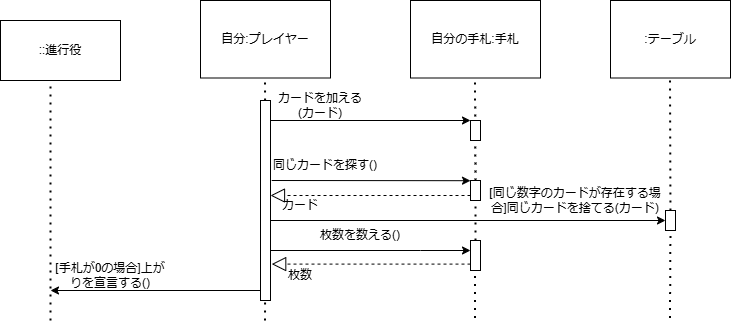
The draw.io diagram work6-6.drawio.png in kenboasakura/why_java, before a commit. Source tidied: cells renumbered, new cells last; positions are measured from the earlier drawing's top-left corner, leaving out a move shared by most shapes.
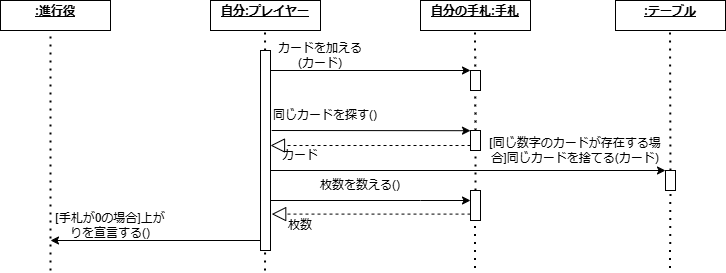
The same diagram one commit later.

The edit, as a diff of the source:
```diff
@@ -2,20 +2,11 @@
   <root>
     <mxCell id="0" />
     <mxCell id="1" parent="0" />
-    <mxCell id="2" value="自分:プレイヤー" style="rounded=0;whiteSpace=wrap;html=1;" parent="1" vertex="1">
-      <mxGeometry x="200" width="130" height="77.5" as="geometry" />
-    </mxCell>
-    <mxCell id="3" value="::&lt;span style=&quot;background-color: initial;&quot;&gt;進行役&lt;/span&gt;" style="rounded=0;whiteSpace=wrap;html=1;" parent="1" vertex="1">
-      <mxGeometry y="20" width="120" height="60" as="geometry" />
-    </mxCell>
-    <mxCell id="4" value="自分の手札:手札" style="rounded=0;whiteSpace=wrap;html=1;" parent="1" vertex="1">
-      <mxGeometry x="410" width="130" height="77.5" as="geometry" />
-    </mxCell>
-    <mxCell id="5" value=":テーブル" style="rounded=0;whiteSpace=wrap;html=1;" parent="1" vertex="1">
-      <mxGeometry x="610" width="120" height="77.5" as="geometry" />
-    </mxCell>
-    <mxCell id="6" style="edgeStyle=orthogonalEdgeStyle;rounded=0;orthogonalLoop=1;jettySize=auto;html=1;exitX=0.5;exitY=1;exitDx=0;exitDy=0;" parent="1" edge="1" source="4" target="4">
-      <mxGeometry relative="1" as="geometry" />
+    <mxCell id="6" style="edgeStyle=orthogonalEdgeStyle;rounded=0;orthogonalLoop=1;jettySize=auto;html=1;exitX=0.5;exitY=1;exitDx=0;exitDy=0;" parent="1" edge="1">
+      <mxGeometry relative="1" as="geometry">
+        <mxPoint x="475" y="77.5" as="sourcePoint" />
+        <mxPoint x="475" y="77.5" as="targetPoint" />
+      </mxGeometry>
     </mxCell>
     <mxCell id="7" style="endArrow=none;dashed=1;html=1;dashPattern=1 3;strokeWidth=2;rounded=0;" parent="1" edge="1">
       <mxGeometry relative="1" as="geometry">
@@ -133,7 +124,19 @@
       </mxGeometry>
     </mxCell>
     <mxCell id="33" style="rounded=0;whiteSpace=wrap;html=1;" parent="1" vertex="1">
-      <mxGeometry x="665" y="210" width="10" height="20" as="geometry" />
+      <mxGeometry x="665" y="220" width="10" height="20" as="geometry" />
     </mxCell>
+    <mxCell id="34" value="&lt;p style=&quot;margin:0px;margin-top:4px;text-align:center;text-decoration:underline;&quot;&gt;&lt;b&gt;:進行役&lt;/b&gt;&lt;/p&gt;" style="verticalAlign=top;align=left;overflow=fill;html=1;whiteSpace=wrap;" parent="1" vertex="1">
+      <mxGeometry y="50" width="110" height="30" as="geometry" />
+    </mxCell>
+    <mxCell id="35" value="&lt;p style=&quot;margin:0px;margin-top:4px;text-align:center;text-decoration:underline;&quot;&gt;&lt;b&gt;自分:プレイヤー&lt;/b&gt;&lt;span style=&quot;color: rgba(0, 0, 0, 0); font-family: monospace; font-size: 0px; text-wrap: nowrap; background-color: initial; text-align: left;&quot;&gt;%3CmxGraphModel%3E%3Croot%3E%3CmxCell%20id%3D%220%22%2F%3E%3CmxCell%20id%3D%221%22%20parent%3D%220%22%2F%3E%3CmxCell%20id%3D%222%22%20value%3D%22%26lt%3Bp%20style%3D%26quot%3Bmargin%3A0px%3Bmargin-top%3A4px%3Btext-align%3Acenter%3Btext-decoration%3Aunderline%3B%26quot%3B%26gt%3B%26lt%3Bb%26gt%3B%3A%E9%80%B2%E8%A1%8C%E5%BD%B9%26lt%3B%2Fb%26gt%3B%26lt%3B%2Fp%26gt%3B%22%20style%3D%22verticalAlign%3Dtop%3Balign%3Dleft%3Boverflow%3Dfill%3Bhtml%3D1%3BwhiteSpace%3Dwrap%3B%22%20vertex%3D%221%22%20parent%3D%221%22%3E%3CmxGeometry%20x%3D%22280%22%20y%3D%22470%22%20width%3D%22110%22%20height%3D%2230%22%20as%3D%22geometry%22%2F%3E%3C%2FmxCell%3E%3C%2Froot%3E%3C%2FmxGraphModel%3E&lt;/span&gt;&lt;/p&gt;" style="verticalAlign=top;align=left;overflow=fill;html=1;whiteSpace=wrap;" parent="1" vertex="1">
+      <mxGeometry x="210" y="50" width="110" height="30" as="geometry" />
+    </mxCell>
+    <mxCell id="4" value="&lt;p style=&quot;margin:0px;margin-top:4px;text-align:center;text-decoration:underline;&quot;&gt;&lt;b&gt;自分の手札:手札&lt;/b&gt;&lt;/p&gt;" style="verticalAlign=top;align=left;overflow=fill;html=1;whiteSpace=wrap;" parent="1" vertex="1">
+      <mxGeometry x="420" y="50" width="110" height="30" as="geometry" />
+    </mxCell>
+    <mxCell id="5" value="&lt;p style=&quot;margin:0px;margin-top:4px;text-align:center;text-decoration:underline;&quot;&gt;&lt;b&gt;:テーブル&lt;/b&gt;&lt;/p&gt;" style="verticalAlign=top;align=left;overflow=fill;html=1;whiteSpace=wrap;" parent="1" vertex="1">
+      <mxGeometry x="615" y="50" width="110" height="30" as="geometry" />
+    </mxCell>
   </root>
 </mxGraphModel>
```
